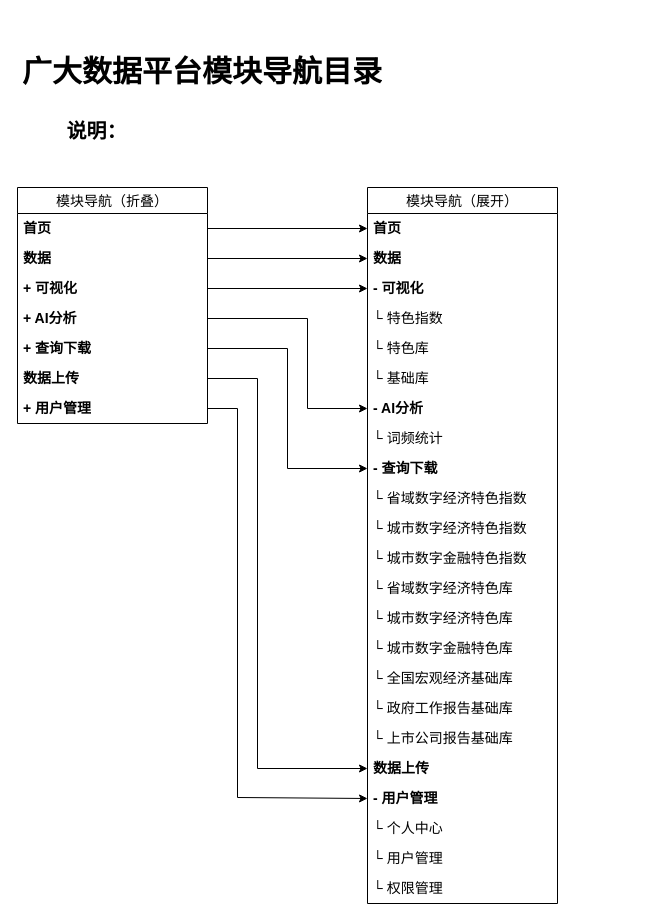
wangzijia122/drawio_repository keeps this draw.io diagram as page "二期导航目录" (3 of 10) of 广大数据平台逻辑图.drawio. Above is the earlier version. Source tidied: cells renumbered, new cells numbered last; positions are measured from the earlier drawing's top-left corner, leaving out a move shared by most shapes. Both pictures are drawn from the tidied source at 100%, with x=0, y=0 at pixel (17, 27).
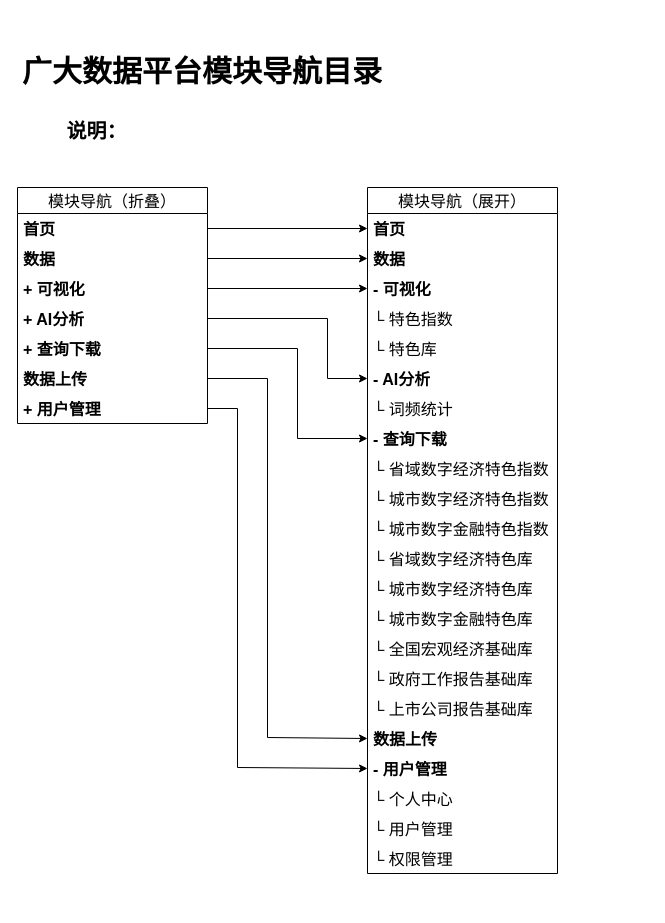
The same diagram, later.

Commit message (it also covers changes not shown here):
更新广大数据平台逻辑图.drawio

Diff of the diagram source:
```diff
@@
-    <mxCell id="3" value="模块导航（展开）" style="swimlane;fontStyle=0;horizontal=1;startSize=26;align=center;fontSize=14;" parent="1" vertex="1">
-      <mxGeometry x="350" y="160" width="190" height="716" as="geometry" />
+    <mxCell id="3" value="模块导航（展开）" style="swimlane;fontStyle=0;horizontal=1;startSize=26;align=center;fontSize=16;" parent="1" vertex="1">
+      <mxGeometry x="350" y="160" width="190" height="686" as="geometry" />
     </mxCell>
-    <mxCell id="4" value="首页" style="text;strokeColor=none;fillColor=none;spacingLeft=4;spacingRight=4;overflow=hidden;points=[[0,0.5],[1,0.5]];portConstraint=eastwest;fontSize=14;whiteSpace=wrap;html=1;fontStyle=1;" parent="3" vertex="1">
+    <mxCell id="4" value="首页" style="text;strokeColor=none;fillColor=none;spacingLeft=4;spacingRight=4;overflow=hidden;points=[[0,0.5],[1,0.5]];portConstraint=eastwest;fontSize=16;whiteSpace=wrap;html=1;fontStyle=1;" parent="3" vertex="1">
       <mxGeometry y="26" width="190" height="30" as="geometry" />
     </mxCell>
-    <mxCell id="5" value="数据" style="text;strokeColor=none;fillColor=none;spacingLeft=4;spacingRight=4;overflow=hidden;points=[[0,0.5],[1,0.5]];portConstraint=eastwest;fontSize=14;whiteSpace=wrap;html=1;fontStyle=1;" parent="3" vertex="1">
+    <mxCell id="5" value="数据" style="text;strokeColor=none;fillColor=none;spacingLeft=4;spacingRight=4;overflow=hidden;points=[[0,0.5],[1,0.5]];portConstraint=eastwest;fontSize=16;whiteSpace=wrap;html=1;fontStyle=1;" parent="3" vertex="1">
       <mxGeometry y="56" width="190" height="30" as="geometry" />
     </mxCell>
-    <mxCell id="6" value="- 可视化" style="text;strokeColor=none;fillColor=none;spacingLeft=4;spacingRight=4;overflow=hidden;points=[[0,0.5],[1,0.5]];portConstraint=eastwest;fontSize=14;whiteSpace=wrap;html=1;fontStyle=1;" parent="3" vertex="1">
+    <mxCell id="6" value="- 可视化" style="text;strokeColor=none;fillColor=none;spacingLeft=4;spacingRight=4;overflow=hidden;points=[[0,0.5],[1,0.5]];portConstraint=eastwest;fontSize=16;whiteSpace=wrap;html=1;fontStyle=1;" parent="3" vertex="1">
       <mxGeometry y="86" width="190" height="30" as="geometry" />
     </mxCell>
-    <mxCell id="7" value="└ 特色指数" style="text;strokeColor=none;fillColor=none;spacingLeft=4;spacingRight=4;overflow=hidden;fontSize=14;whiteSpace=wrap;html=1;" parent="3" vertex="1">
+    <mxCell id="7" value="└ 特色指数" style="text;strokeColor=none;fillColor=none;spacingLeft=4;spacingRight=4;overflow=hidden;fontSize=16;whiteSpace=wrap;html=1;" parent="3" vertex="1">
       <mxGeometry y="116" width="190" height="30" as="geometry" />
     </mxCell>
-    <mxCell id="8" value="└ 特色库" style="text;strokeColor=none;fillColor=none;spacingLeft=4;spacingRight=4;overflow=hidden;fontSize=14;whiteSpace=wrap;html=1;" parent="3" vertex="1">
+    <mxCell id="8" value="└ 特色库" style="text;strokeColor=none;fillColor=none;spacingLeft=4;spacingRight=4;overflow=hidden;fontSize=16;whiteSpace=wrap;html=1;" parent="3" vertex="1">
       <mxGeometry y="146" width="190" height="30" as="geometry" />
     </mxCell>
-    <mxCell id="9" value="└ 基础库" style="text;strokeColor=none;fillColor=none;spacingLeft=4;spacingRight=4;overflow=hidden;fontSize=14;whiteSpace=wrap;html=1;" parent="3" vertex="1">
-      <mxGeometry y="176" width="190" height="30" as="geometry" />
-    </mxCell>
-    <mxCell id="10" value="- AI分析" style="text;strokeColor=none;fillColor=none;spacingLeft=4;spacingRight=4;overflow=hidden;points=[[0,0.5],[1,0.5]];portConstraint=eastwest;fontSize=14;whiteSpace=wrap;html=1;fontStyle=1;" parent="3" vertex="1">
-      <mxGeometry y="206" width="190" height="30" as="geometry" />
+    <mxCell id="10" value="- AI分析" style="text;strokeColor=none;fillColor=none;spacingLeft=4;spacingRight=4;overflow=hidden;points=[[0,0.5],[1,0.5]];portConstraint=eastwest;fontSize=16;whiteSpace=wrap;html=1;fontStyle=1;" parent="3" vertex="1">
+      <mxGeometry y="176" width="190" height="30" as="geometry" />
     </mxCell>
-    <mxCell id="11" value="└ 词频统计" style="text;strokeColor=none;fillColor=none;spacingLeft=4;spacingRight=4;overflow=hidden;fontSize=14;whiteSpace=wrap;html=1;" parent="3" vertex="1">
-      <mxGeometry y="236" width="190" height="30" as="geometry" />
+    <mxCell id="11" value="└ 词频统计" style="text;strokeColor=none;fillColor=none;spacingLeft=4;spacingRight=4;overflow=hidden;fontSize=16;whiteSpace=wrap;html=1;" parent="3" vertex="1">
+      <mxGeometry y="206" width="190" height="30" as="geometry" />
     </mxCell>
-    <mxCell id="12" value="- 查询下载" style="text;strokeColor=none;fillColor=none;spacingLeft=4;spacingRight=4;overflow=hidden;points=[[0,0.5],[1,0.5]];portConstraint=eastwest;fontSize=14;whiteSpace=wrap;html=1;fontStyle=1;" parent="3" vertex="1">
-      <mxGeometry y="266" width="190" height="30" as="geometry" />
+    <mxCell id="12" value="- 查询下载" style="text;strokeColor=none;fillColor=none;spacingLeft=4;spacingRight=4;overflow=hidden;points=[[0,0.5],[1,0.5]];portConstraint=eastwest;fontSize=16;whiteSpace=wrap;html=1;fontStyle=1;" parent="3" vertex="1">
+      <mxGeometry y="236" width="190" height="30" as="geometry" />
     </mxCell>
-    <mxCell id="13" value="└&amp;nbsp;省域数字经济特色指数" style="text;strokeColor=none;fillColor=none;spacingLeft=4;spacingRight=4;overflow=hidden;fontSize=14;whiteSpace=wrap;html=1;" parent="3" vertex="1">
-      <mxGeometry y="296" width="190" height="30" as="geometry" />
+    <mxCell id="13" value="└&amp;nbsp;省域数字经济特色指数" style="text;strokeColor=none;fillColor=none;spacingLeft=4;spacingRight=4;overflow=hidden;fontSize=16;whiteSpace=wrap;html=1;" parent="3" vertex="1">
+      <mxGeometry y="266" width="190" height="30" as="geometry" />
     </mxCell>
-    <mxCell id="14" value="└ 城市数字经济特色指数" style="text;strokeColor=none;fillColor=none;spacingLeft=4;spacingRight=4;overflow=hidden;fontSize=14;whiteSpace=wrap;html=1;" parent="3" vertex="1">
-      <mxGeometry y="326" width="190" height="30" as="geometry" />
+    <mxCell id="14" value="└ 城市数字经济特色指数" style="text;strokeColor=none;fillColor=none;spacingLeft=4;spacingRight=4;overflow=hidden;fontSize=16;whiteSpace=wrap;html=1;" parent="3" vertex="1">
+      <mxGeometry y="296" width="190" height="30" as="geometry" />
     </mxCell>
-    <mxCell id="15" value="└&amp;nbsp;城市数字金融特色指数" style="text;strokeColor=none;fillColor=none;spacingLeft=4;spacingRight=4;overflow=hidden;fontSize=14;whiteSpace=wrap;html=1;" parent="3" vertex="1">
-      <mxGeometry y="356" width="190" height="30" as="geometry" />
+    <mxCell id="15" value="└&amp;nbsp;城市数字金融特色指数" style="text;strokeColor=none;fillColor=none;spacingLeft=4;spacingRight=4;overflow=hidden;fontSize=16;whiteSpace=wrap;html=1;" parent="3" vertex="1">
+      <mxGeometry y="326" width="190" height="30" as="geometry" />
     </mxCell>
-    <mxCell id="16" value="└&amp;nbsp;省域数字经济特色库" style="text;strokeColor=none;fillColor=none;spacingLeft=4;spacingRight=4;overflow=hidden;fontSize=14;whiteSpace=wrap;html=1;" parent="3" vertex="1">
-      <mxGeometry y="386" width="190" height="30" as="geometry" />
+    <mxCell id="16" value="└&amp;nbsp;省域数字经济特色库" style="text;strokeColor=none;fillColor=none;spacingLeft=4;spacingRight=4;overflow=hidden;fontSize=16;whiteSpace=wrap;html=1;" parent="3" vertex="1">
+      <mxGeometry y="356" width="190" height="30" as="geometry" />
     </mxCell>
-    <mxCell id="17" value="└ 城市数字经济特色库" style="text;strokeColor=none;fillColor=none;spacingLeft=4;spacingRight=4;overflow=hidden;fontSize=14;whiteSpace=wrap;html=1;" parent="3" vertex="1">
-      <mxGeometry y="416" width="190" height="30" as="geometry" />
+    <mxCell id="17" value="└ 城市数字经济特色库" style="text;strokeColor=none;fillColor=none;spacingLeft=4;spacingRight=4;overflow=hidden;fontSize=16;whiteSpace=wrap;html=1;" parent="3" vertex="1">
+      <mxGeometry y="386" width="190" height="30" as="geometry" />
     </mxCell>
-    <mxCell id="18" value="└ 城市数字金融特色库" style="text;strokeColor=none;fillColor=none;spacingLeft=4;spacingRight=4;overflow=hidden;fontSize=14;whiteSpace=wrap;html=1;" parent="3" vertex="1">
-      <mxGeometry y="446" width="190" height="30" as="geometry" />
+    <mxCell id="18" value="└ 城市数字金融特色库" style="text;strokeColor=none;fillColor=none;spacingLeft=4;spacingRight=4;overflow=hidden;fontSize=16;whiteSpace=wrap;html=1;" parent="3" vertex="1">
+      <mxGeometry y="416" width="190" height="30" as="geometry" />
     </mxCell>
-    <mxCell id="19" value="└&amp;nbsp;全国宏观经济基础库" style="text;strokeColor=none;fillColor=none;spacingLeft=4;spacingRight=4;overflow=hidden;fontSize=14;whiteSpace=wrap;html=1;" parent="3" vertex="1">
-      <mxGeometry y="476" width="190" height="30" as="geometry" />
+    <mxCell id="19" value="└&amp;nbsp;全国宏观经济基础库" style="text;strokeColor=none;fillColor=none;spacingLeft=4;spacingRight=4;overflow=hidden;fontSize=16;whiteSpace=wrap;html=1;" parent="3" vertex="1">
+      <mxGeometry y="446" width="190" height="30" as="geometry" />
     </mxCell>
-    <mxCell id="20" value="└&amp;nbsp;政府工作报告基础库" style="text;strokeColor=none;fillColor=none;spacingLeft=4;spacingRight=4;overflow=hidden;fontSize=14;whiteSpace=wrap;html=1;" parent="3" vertex="1">
-      <mxGeometry y="506" width="190" height="30" as="geometry" />
+    <mxCell id="20" value="└&amp;nbsp;政府工作报告基础库" style="text;strokeColor=none;fillColor=none;spacingLeft=4;spacingRight=4;overflow=hidden;fontSize=16;whiteSpace=wrap;html=1;" parent="3" vertex="1">
+      <mxGeometry y="476" width="190" height="30" as="geometry" />
     </mxCell>
-    <mxCell id="21" value="└&amp;nbsp;上市公司报告基础库" style="text;strokeColor=none;fillColor=none;spacingLeft=4;spacingRight=4;overflow=hidden;fontSize=14;whiteSpace=wrap;html=1;" parent="3" vertex="1">
-      <mxGeometry y="536" width="190" height="30" as="geometry" />
+    <mxCell id="21" value="└&amp;nbsp;上市公司报告基础库" style="text;strokeColor=none;fillColor=none;spacingLeft=4;spacingRight=4;overflow=hidden;fontSize=16;whiteSpace=wrap;html=1;" parent="3" vertex="1">
+      <mxGeometry y="506" width="190" height="30" as="geometry" />
     </mxCell>
-    <mxCell id="22" value="数据上传" style="text;strokeColor=none;fillColor=none;spacingLeft=4;spacingRight=4;overflow=hidden;points=[[0,0.5],[1,0.5]];portConstraint=eastwest;fontSize=14;whiteSpace=wrap;html=1;fontStyle=1;" parent="3" vertex="1">
-      <mxGeometry y="566" width="190" height="30" as="geometry" />
+    <mxCell id="22" value="数据上传" style="text;strokeColor=none;fillColor=none;spacingLeft=4;spacingRight=4;overflow=hidden;points=[[0,0.5],[1,0.5]];portConstraint=eastwest;fontSize=16;whiteSpace=wrap;html=1;fontStyle=1;" parent="3" vertex="1">
+      <mxGeometry y="536" width="190" height="30" as="geometry" />
     </mxCell>
-    <mxCell id="23" value="- 用户管理" style="text;strokeColor=none;fillColor=none;spacingLeft=4;spacingRight=4;overflow=hidden;points=[[0,0.5],[1,0.5]];portConstraint=eastwest;fontSize=14;whiteSpace=wrap;html=1;fontStyle=1;" parent="3" vertex="1">
-      <mxGeometry y="596" width="190" height="30" as="geometry" />
+    <mxCell id="23" value="- 用户管理" style="text;strokeColor=none;fillColor=none;spacingLeft=4;spacingRight=4;overflow=hidden;points=[[0,0.5],[1,0.5]];portConstraint=eastwest;fontSize=16;whiteSpace=wrap;html=1;fontStyle=1;" parent="3" vertex="1">
+      <mxGeometry y="566" width="190" height="30" as="geometry" />
     </mxCell>
-    <mxCell id="24" value="└ 个人中心" style="text;strokeColor=none;fillColor=none;spacingLeft=4;spacingRight=4;overflow=hidden;fontSize=14;whiteSpace=wrap;html=1;fontStyle=0;" parent="3" vertex="1">
-      <mxGeometry y="626" width="190" height="30" as="geometry" />
+    <mxCell id="24" value="└ 个人中心" style="text;strokeColor=none;fillColor=none;spacingLeft=4;spacingRight=4;overflow=hidden;fontSize=16;whiteSpace=wrap;html=1;fontStyle=0;" parent="3" vertex="1">
+      <mxGeometry y="596" width="190" height="30" as="geometry" />
     </mxCell>
-    <mxCell id="25" value="└ 用户管理" style="text;strokeColor=none;fillColor=none;spacingLeft=4;spacingRight=4;overflow=hidden;fontSize=14;whiteSpace=wrap;html=1;fontStyle=0;" parent="3" vertex="1">
-      <mxGeometry y="656" width="190" height="30" as="geometry" />
+    <mxCell id="25" value="└ 用户管理" style="text;strokeColor=none;fillColor=none;spacingLeft=4;spacingRight=4;overflow=hidden;fontSize=16;whiteSpace=wrap;html=1;fontStyle=0;" parent="3" vertex="1">
+      <mxGeometry y="626" width="190" height="30" as="geometry" />
     </mxCell>
-    <mxCell id="26" value="└ 权限管理" style="text;strokeColor=none;fillColor=none;spacingLeft=4;spacingRight=4;overflow=hidden;fontSize=14;whiteSpace=wrap;html=1;fontStyle=0;" parent="3" vertex="1">
-      <mxGeometry y="686" width="190" height="30" as="geometry" />
+    <mxCell id="26" value="└ 权限管理" style="text;strokeColor=none;fillColor=none;spacingLeft=4;spacingRight=4;overflow=hidden;fontSize=16;whiteSpace=wrap;html=1;fontStyle=0;" parent="3" vertex="1">
+      <mxGeometry y="656" width="190" height="30" as="geometry" />
     </mxCell>
-    <mxCell id="27" value="模块导航（折叠）" style="swimlane;fontStyle=0;horizontal=1;startSize=26;align=center;fontSize=14;" parent="1" vertex="1">
+    <mxCell id="27" value="模块导航（折叠）" style="swimlane;fontStyle=0;horizontal=1;startSize=26;align=center;fontSize=16;" parent="1" vertex="1">
       <mxGeometry y="160" width="190" height="236" as="geometry" />
     </mxCell>
-    <mxCell id="28" value="首页" style="text;strokeColor=none;fillColor=none;spacingLeft=4;spacingRight=4;overflow=hidden;points=[[0,0.5],[1,0.5]];portConstraint=eastwest;fontSize=14;whiteSpace=wrap;html=1;fontStyle=1;" parent="27" vertex="1">
+    <mxCell id="28" value="首页" style="text;strokeColor=none;fillColor=none;spacingLeft=4;spacingRight=4;overflow=hidden;points=[[0,0.5],[1,0.5]];portConstraint=eastwest;fontSize=16;whiteSpace=wrap;html=1;fontStyle=1;" parent="27" vertex="1">
       <mxGeometry y="26" width="190" height="30" as="geometry" />
     </mxCell>
-    <mxCell id="29" value="数据" style="text;strokeColor=none;fillColor=none;spacingLeft=4;spacingRight=4;overflow=hidden;points=[[0,0.5],[1,0.5]];portConstraint=eastwest;fontSize=14;whiteSpace=wrap;html=1;fontStyle=1;" parent="27" vertex="1">
+    <mxCell id="29" value="数据" style="text;strokeColor=none;fillColor=none;spacingLeft=4;spacingRight=4;overflow=hidden;points=[[0,0.5],[1,0.5]];portConstraint=eastwest;fontSize=16;whiteSpace=wrap;html=1;fontStyle=1;" parent="27" vertex="1">
       <mxGeometry y="56" width="190" height="30" as="geometry" />
     </mxCell>
-    <mxCell id="30" value="+ 可视化" style="text;strokeColor=none;fillColor=none;spacingLeft=4;spacingRight=4;overflow=hidden;points=[[0,0.5],[1,0.5]];portConstraint=eastwest;fontSize=14;whiteSpace=wrap;html=1;fontStyle=1;" parent="27" vertex="1">
+    <mxCell id="30" value="+ 可视化" style="text;strokeColor=none;fillColor=none;spacingLeft=4;spacingRight=4;overflow=hidden;points=[[0,0.5],[1,0.5]];portConstraint=eastwest;fontSize=16;whiteSpace=wrap;html=1;fontStyle=1;" parent="27" vertex="1">
       <mxGeometry y="86" width="190" height="30" as="geometry" />
     </mxCell>
-    <mxCell id="31" value="+ AI分析" style="text;strokeColor=none;fillColor=none;spacingLeft=4;spacingRight=4;overflow=hidden;points=[[0,0.5],[1,0.5]];portConstraint=eastwest;fontSize=14;whiteSpace=wrap;html=1;fontStyle=1;" parent="27" vertex="1">
+    <mxCell id="31" value="+ AI分析" style="text;strokeColor=none;fillColor=none;spacingLeft=4;spacingRight=4;overflow=hidden;points=[[0,0.5],[1,0.5]];portConstraint=eastwest;fontSize=16;whiteSpace=wrap;html=1;fontStyle=1;" parent="27" vertex="1">
       <mxGeometry y="116" width="190" height="30" as="geometry" />
     </mxCell>
-    <mxCell id="32" value="+ 查询下载" style="text;strokeColor=none;fillColor=none;spacingLeft=4;spacingRight=4;overflow=hidden;points=[[0,0.5],[1,0.5]];portConstraint=eastwest;fontSize=14;whiteSpace=wrap;html=1;fontStyle=1;" parent="27" vertex="1">
+    <mxCell id="32" value="+ 查询下载" style="text;strokeColor=none;fillColor=none;spacingLeft=4;spacingRight=4;overflow=hidden;points=[[0,0.5],[1,0.5]];portConstraint=eastwest;fontSize=16;whiteSpace=wrap;html=1;fontStyle=1;" parent="27" vertex="1">
       <mxGeometry y="146" width="190" height="30" as="geometry" />
     </mxCell>
-    <mxCell id="33" value="数据上传" style="text;strokeColor=none;fillColor=none;spacingLeft=4;spacingRight=4;overflow=hidden;points=[[0,0.5],[1,0.5]];portConstraint=eastwest;fontSize=14;whiteSpace=wrap;html=1;fontStyle=1;" parent="27" vertex="1">
+    <mxCell id="33" value="数据上传" style="text;strokeColor=none;fillColor=none;spacingLeft=4;spacingRight=4;overflow=hidden;points=[[0,0.5],[1,0.5]];portConstraint=eastwest;fontSize=16;whiteSpace=wrap;html=1;fontStyle=1;" parent="27" vertex="1">
       <mxGeometry y="176" width="190" height="30" as="geometry" />
     </mxCell>
-    <mxCell id="34" value="+ 用户管理" style="text;strokeColor=none;fillColor=none;spacingLeft=4;spacingRight=4;overflow=hidden;points=[[0,0.5],[1,0.5]];portConstraint=eastwest;fontSize=14;whiteSpace=wrap;html=1;fontStyle=1;" parent="27" vertex="1">
+    <mxCell id="34" value="+ 用户管理" style="text;strokeColor=none;fillColor=none;spacingLeft=4;spacingRight=4;overflow=hidden;points=[[0,0.5],[1,0.5]];portConstraint=eastwest;fontSize=16;whiteSpace=wrap;html=1;fontStyle=1;" parent="27" vertex="1">
       <mxGeometry y="206" width="190" height="30" as="geometry" />
     </mxCell>
-    <mxCell id="35" style="edgeStyle=orthogonalEdgeStyle;rounded=0;jettySize=auto;html=1;exitX=1;exitY=0.5;exitDx=0;exitDy=0;entryX=0;entryY=0.5;entryDx=0;entryDy=0;fontSize=14;" parent="1" edge="1" source="28" target="4">
+    <mxCell id="35" style="edgeStyle=orthogonalEdgeStyle;rounded=0;jettySize=auto;html=1;exitX=1;exitY=0.5;exitDx=0;exitDy=0;entryX=0;entryY=0.5;entryDx=0;entryDy=0;fontSize=16;" parent="1" edge="1" source="28" target="4">
       <mxGeometry relative="1" as="geometry" />
     </mxCell>
-    <mxCell id="36" style="edgeStyle=orthogonalEdgeStyle;rounded=0;jettySize=auto;html=1;exitX=1;exitY=0.5;exitDx=0;exitDy=0;entryX=0;entryY=0.5;entryDx=0;entryDy=0;fontSize=14;" parent="1" edge="1" source="29" target="5">
+    <mxCell id="36" style="edgeStyle=orthogonalEdgeStyle;rounded=0;jettySize=auto;html=1;exitX=1;exitY=0.5;exitDx=0;exitDy=0;entryX=0;entryY=0.5;entryDx=0;entryDy=0;fontSize=16;" parent="1" edge="1" source="29" target="5">
       <mxGeometry relative="1" as="geometry" />
     </mxCell>
-    <mxCell id="37" style="edgeStyle=orthogonalEdgeStyle;rounded=0;jettySize=auto;html=1;exitX=1;exitY=0.5;exitDx=0;exitDy=0;entryX=0;entryY=0.5;entryDx=0;entryDy=0;fontSize=14;" parent="1" edge="1" source="30" target="6">
+    <mxCell id="37" style="edgeStyle=orthogonalEdgeStyle;rounded=0;jettySize=auto;html=1;exitX=1;exitY=0.5;exitDx=0;exitDy=0;entryX=0;entryY=0.5;entryDx=0;entryDy=0;fontSize=16;" parent="1" edge="1" source="30" target="6">
       <mxGeometry relative="1" as="geometry" />
     </mxCell>
-    <mxCell id="38" style="edgeStyle=orthogonalEdgeStyle;rounded=0;jettySize=auto;html=1;exitX=1;exitY=0.5;exitDx=0;exitDy=0;entryX=0;entryY=0.5;entryDx=0;entryDy=0;fontSize=14;" parent="1" edge="1" source="31" target="10">
+    <mxCell id="38" style="edgeStyle=orthogonalEdgeStyle;rounded=0;jettySize=auto;html=1;exitX=1;exitY=0.5;exitDx=0;exitDy=0;entryX=0;entryY=0.5;entryDx=0;entryDy=0;fontSize=16;" parent="1" edge="1" source="31" target="10">
       <mxGeometry relative="1" as="geometry">
         <Array as="points">
-          <mxPoint x="290" y="291" />
-          <mxPoint x="290" y="381" />
+          <mxPoint x="310" y="291" />
+          <mxPoint x="310" y="351" />
         </Array>
       </mxGeometry>
     </mxCell>
-    <mxCell id="39" style="edgeStyle=orthogonalEdgeStyle;rounded=0;jettySize=auto;html=1;exitX=1;exitY=0.5;exitDx=0;exitDy=0;entryX=0;entryY=0.5;entryDx=0;entryDy=0;fontSize=14;" parent="1" edge="1" source="32" target="12">
+    <mxCell id="39" style="edgeStyle=orthogonalEdgeStyle;rounded=0;jettySize=auto;html=1;exitX=1;exitY=0.5;exitDx=0;exitDy=0;entryX=0;entryY=0.5;entryDx=0;entryDy=0;fontSize=16;" parent="1" edge="1" source="32" target="12">
       <mxGeometry relative="1" as="geometry">
         <Array as="points">
-          <mxPoint x="270" y="321" />
-          <mxPoint x="270" y="441" />
+          <mxPoint x="280" y="321" />
+          <mxPoint x="280" y="411" />
         </Array>
       </mxGeometry>
     </mxCell>
-    <mxCell id="40" style="edgeStyle=orthogonalEdgeStyle;rounded=0;jettySize=auto;html=1;exitX=1;exitY=0.5;exitDx=0;exitDy=0;entryX=0;entryY=0.5;entryDx=0;entryDy=0;fontSize=14;" parent="1" edge="1" source="33" target="22">
+    <mxCell id="40" style="edgeStyle=orthogonalEdgeStyle;rounded=0;jettySize=auto;html=1;exitX=1;exitY=0.5;exitDx=0;exitDy=0;entryX=0;entryY=0.5;entryDx=0;entryDy=0;fontSize=16;" parent="1" edge="1" source="33" target="22">
       <mxGeometry relative="1" as="geometry">
         <Array as="points">
-          <mxPoint x="240" y="351" />
-          <mxPoint x="240" y="741" />
+          <mxPoint x="250" y="351" />
+          <mxPoint x="250" y="710" />
         </Array>
       </mxGeometry>
     </mxCell>
-    <mxCell id="41" style="edgeStyle=orthogonalEdgeStyle;rounded=0;jettySize=auto;html=1;exitX=1;exitY=0.5;exitDx=0;exitDy=0;entryX=0;entryY=0.5;entryDx=0;entryDy=0;fontSize=14;" parent="1" edge="1" source="34" target="23">
+    <mxCell id="41" style="edgeStyle=orthogonalEdgeStyle;rounded=0;jettySize=auto;html=1;exitX=1;exitY=0.5;exitDx=0;exitDy=0;entryX=0;entryY=0.5;entryDx=0;entryDy=0;fontSize=16;" parent="1" edge="1" source="34" target="23">
       <mxGeometry relative="1" as="geometry">
         <Array as="points">
           <mxPoint x="220" y="381" />
-          <mxPoint x="220" y="770" />
+          <mxPoint x="220" y="740" />
         </Array>
       </mxGeometry>
     </mxCell>
```
